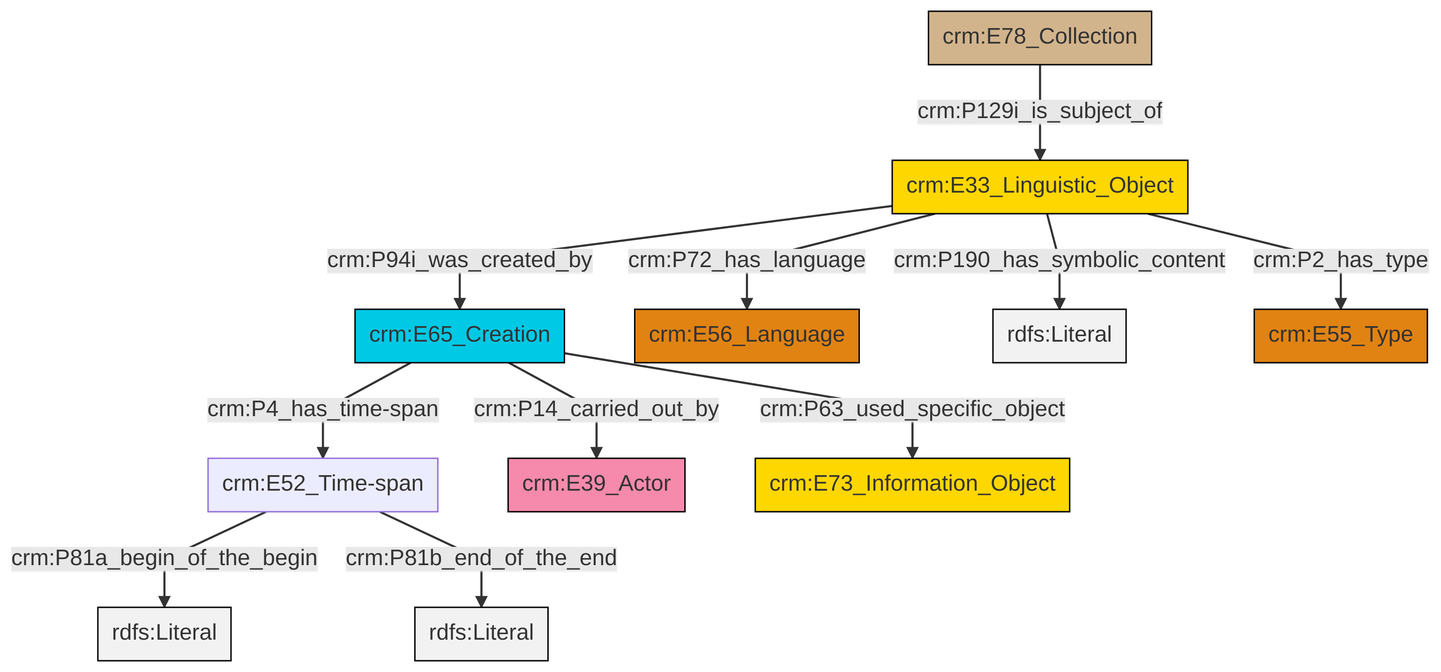
Above: et/archivalCSV/ttl/mmd/png/archival_desc.png in swiss-art-research-net/docs.swissartresearch (Mermaid), before the change. Its source is kept beside it as et/archivalCSV/ttl/mmd/archival_desc.ttl.mmd.
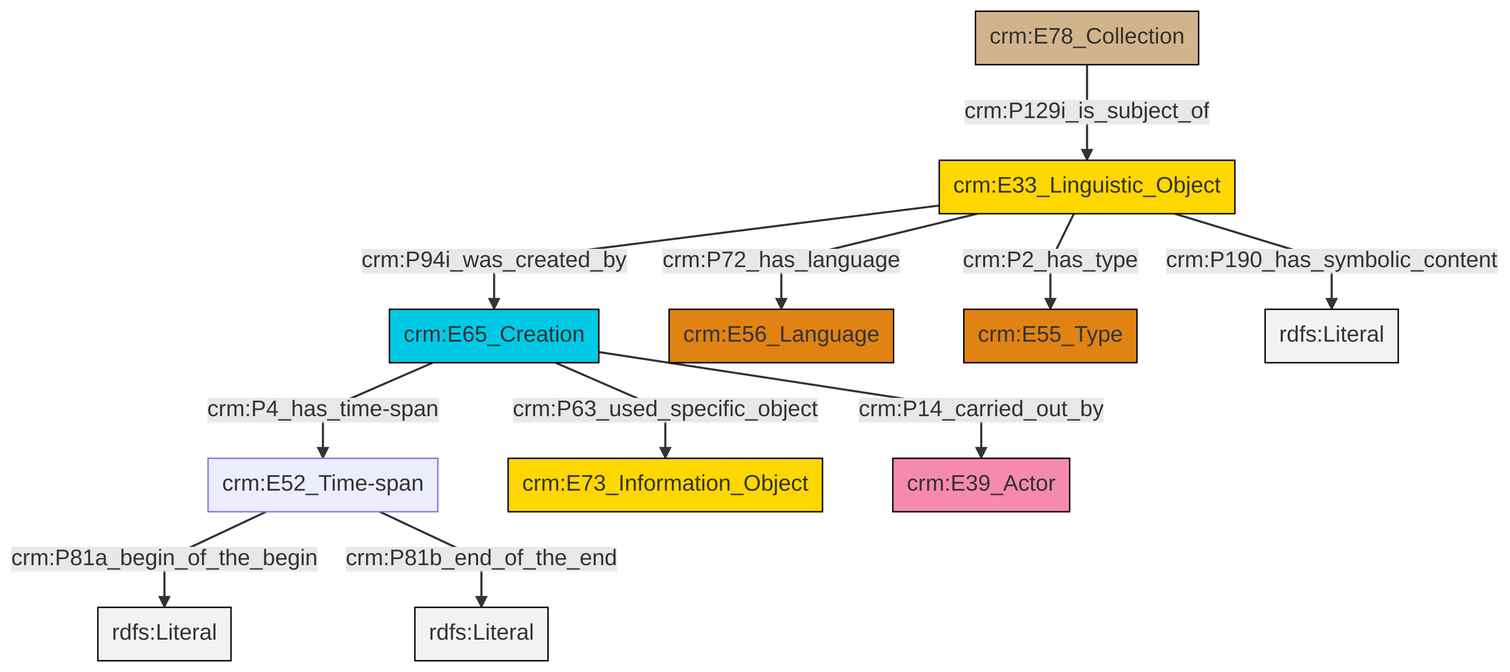
After the commit.

Diff of the diagram source:
```diff
@@ -13,13 +13,13 @@
 classDef PC_Classes fill:#4ce600, stroke:#000000;
 classDef Multi fill:#cccccc,stroke:#000000;
 
-0["crm:E78_Collection"]:::Physical_Thing -->|crm:P129i_is_subject_of| 1["crm:E33_Linguistic_Object"]:::Conceptual_Object
-1["crm:E33_Linguistic_Object"]:::Conceptual_Object -->|crm:P94i_was_created_by| 2["crm:E65_Creation"]:::Temporal_Entity
-1["crm:E33_Linguistic_Object"]:::Conceptual_Object -->|crm:P72_has_language| 5["crm:E56_Language"]:::Type
-6["crm:E52_Time-span"]:::Default -->|crm:P81a_begin_of_the_begin| 7[rdfs:Literal]:::Literal
-2["crm:E65_Creation"]:::Temporal_Entity -->|crm:P63_used_specific_object| 10["crm:E73_Information_Object"]:::Conceptual_Object
-1["crm:E33_Linguistic_Object"]:::Conceptual_Object -->|crm:P190_has_symbolic_content| 11[rdfs:Literal]:::Literal
-1["crm:E33_Linguistic_Object"]:::Conceptual_Object -->|crm:P2_has_type| 13["crm:E55_Type"]:::Type
-6["crm:E52_Time-span"]:::Default -->|crm:P81b_end_of_the_end| 14[rdfs:Literal]:::Literal
-2["crm:E65_Creation"]:::Temporal_Entity -->|crm:P14_carried_out_by| 8["crm:E39_Actor"]:::Actor
-2["crm:E65_Creation"]:::Temporal_Entity -->|crm:P4_has_time-span| 6["crm:E52_Time-span"]:::Default
+0["crm:E65_Creation"]:::Temporal_Entity -->|crm:P4_has_time-span| 1["crm:E52_Time-span"]:::Default
+1["crm:E52_Time-span"]:::Default -->|crm:P81a_begin_of_the_begin| 4[rdfs:Literal]:::Literal
+5["crm:E78_Collection"]:::Physical_Thing -->|crm:P129i_is_subject_of| 6["crm:E33_Linguistic_Object"]:::Conceptual_Object
+6["crm:E33_Linguistic_Object"]:::Conceptual_Object -->|crm:P94i_was_created_by| 0["crm:E65_Creation"]:::Temporal_Entity
+6["crm:E33_Linguistic_Object"]:::Conceptual_Object -->|crm:P2_has_type| 10["crm:E55_Type"]:::Type
+6["crm:E33_Linguistic_Object"]:::Conceptual_Object -->|crm:P190_has_symbolic_content| 11[rdfs:Literal]:::Literal
+6["crm:E33_Linguistic_Object"]:::Conceptual_Object -->|crm:P72_has_language| 7["crm:E56_Language"]:::Type
+0["crm:E65_Creation"]:::Temporal_Entity -->|crm:P63_used_specific_object| 2["crm:E73_Information_Object"]:::Conceptual_Object
+1["crm:E52_Time-span"]:::Default -->|crm:P81b_end_of_the_end| 15[rdfs:Literal]:::Literal
+0["crm:E65_Creation"]:::Temporal_Entity -->|crm:P14_carried_out_by| 17["crm:E39_Actor"]:::Actor
```
